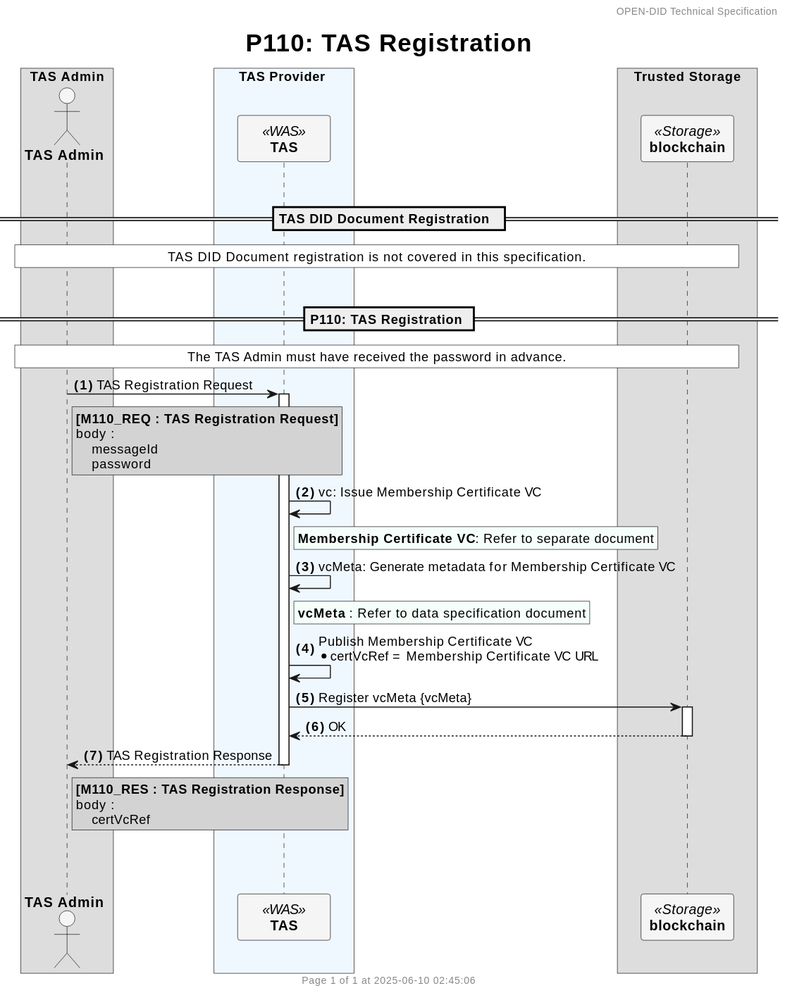
Before: docs/sequence/detailed/images/P110_register_tas.svg, a diagram exported from PlantUML (OmniOneID/did-doc-architecture).
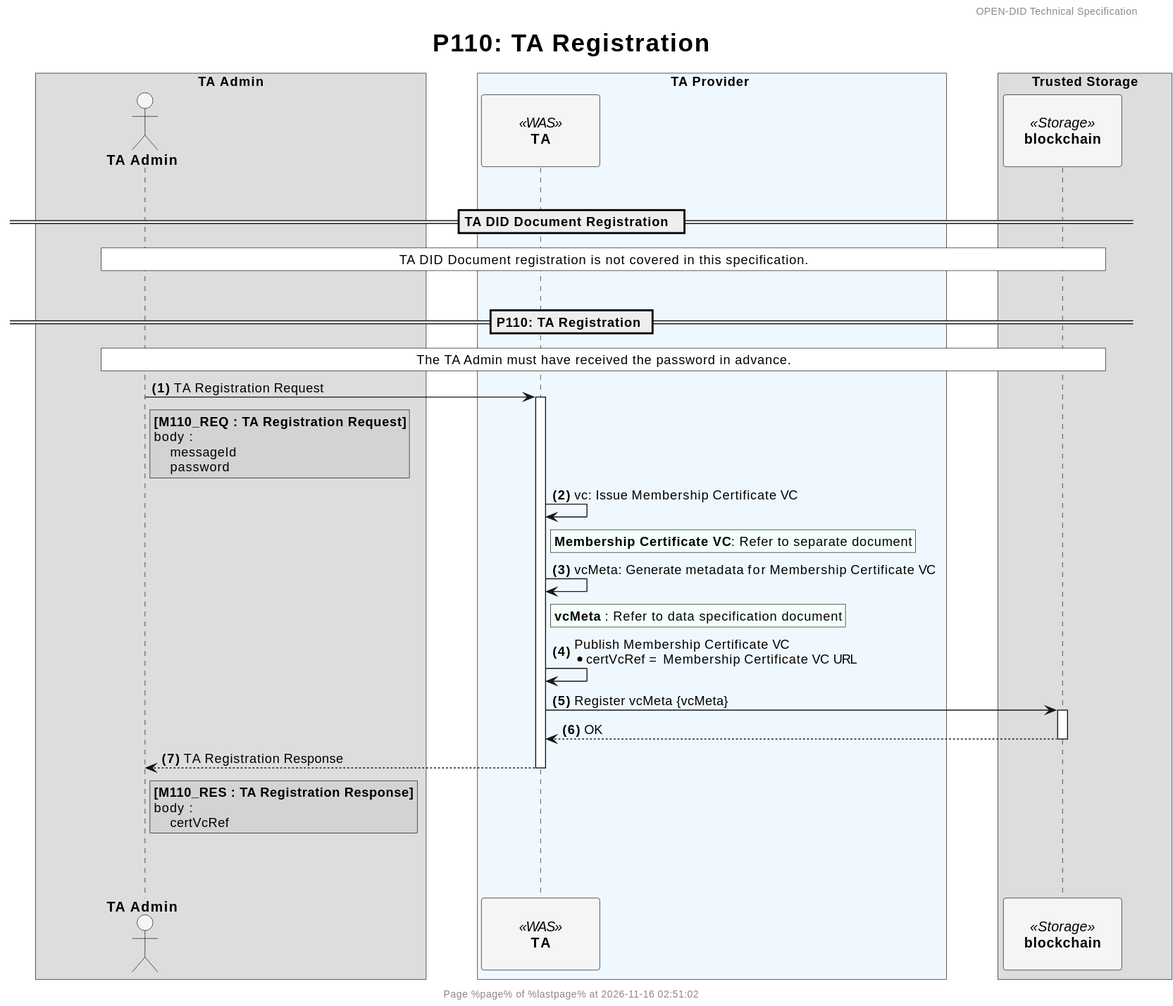
After the commit.

What changed in the source:
```diff
@@ -5,22 +5,26 @@
 end footer
 
 title
-	<size:25>P110: TAS Registration</size>
+	<size:25>P110: TA Registration</size>
 end title
 
 autonumber "<b>(#)</b>"
 
-skinparam ParticipantPadding 20
+<style>
+participant {
+  Padding 20
+}
+</style>
 skinparam BoxPadding 20
 skinparam MaxMessageSize 500
 skinparam MinClassWidth 80
 
-box TAS Admin
-    actor "**TAS Admin**" as ADMIN #WhiteSmoke
+box TA Admin
+    actor "**TA Admin**" as ADMIN #WhiteSmoke
 end box
 
-box TAS Provider #AliceBlue
-    participant "**TAS**" as TAS <<WAS>> #WhiteSmoke
+box TA Provider #AliceBlue
+    participant "**TA**" as TA <<WAS>> #WhiteSmoke
 end box
 
 
@@ -34,43 +38,43 @@
 
 |||
 
-== TAS DID Document Registration  ==
+== TA DID Document Registration  ==
 rnote across #white
-    TAS DID Document registration is not covered in this specification.
+    TA DID Document registration is not covered in this specification.
 end note
 
 |||
 
-== P110: TAS Registration ==
+== P110: TA Registration ==
 rnote across #white
-    The TAS Admin must have received the password in advance.
+    The TA Admin must have received the password in advance.
 end note
-ADMIN -> TAS++: TAS Registration Request
+ADMIN -> TA++: TA Registration Request
 rnote right of ADMIN #LightGray
-    **[M110_REQ : TAS Registration Request]**
+    **[M110_REQ : TA Registration Request]**
     body :
         messageId
         password
 end note
 
-    TAS -> TAS: vc: Issue Membership Certificate VC
-    rnote right of TAS #MintCream
+    TA -> TA: vc: Issue Membership Certificate VC
+    rnote right of TA #MintCream
         **Membership Certificate VC**: $refdoc
     end note
 
-    TAS -> TAS: vcMeta: Generate metadata for Membership Certificate VC
-    rnote right of TAS #MintCream
+    TA -> TA: vcMeta: Generate metadata for Membership Certificate VC
+    rnote right of TA #MintCream
         **vcMeta** : $doc
     end note
 
-    TAS -> TAS: Publish Membership Certificate VC            \n* certVcRef = Membership Certificate VC URL
+    TA -> TA: Publish Membership Certificate VC            \n* certVcRef = Membership Certificate VC URL
 
-    TAS -> BC++ : Register vcMeta {vcMeta}
+    TA -> BC++ : Register vcMeta {vcMeta}
     return OK
 
-return TAS Registration Response
+return TA Registration Response
 rnote right of ADMIN #LightGray
-    **[M110_RES : TAS Registration Response]**
+    **[M110_RES : TA Registration Response]**
     body :
         certVcRef
 end note
```
